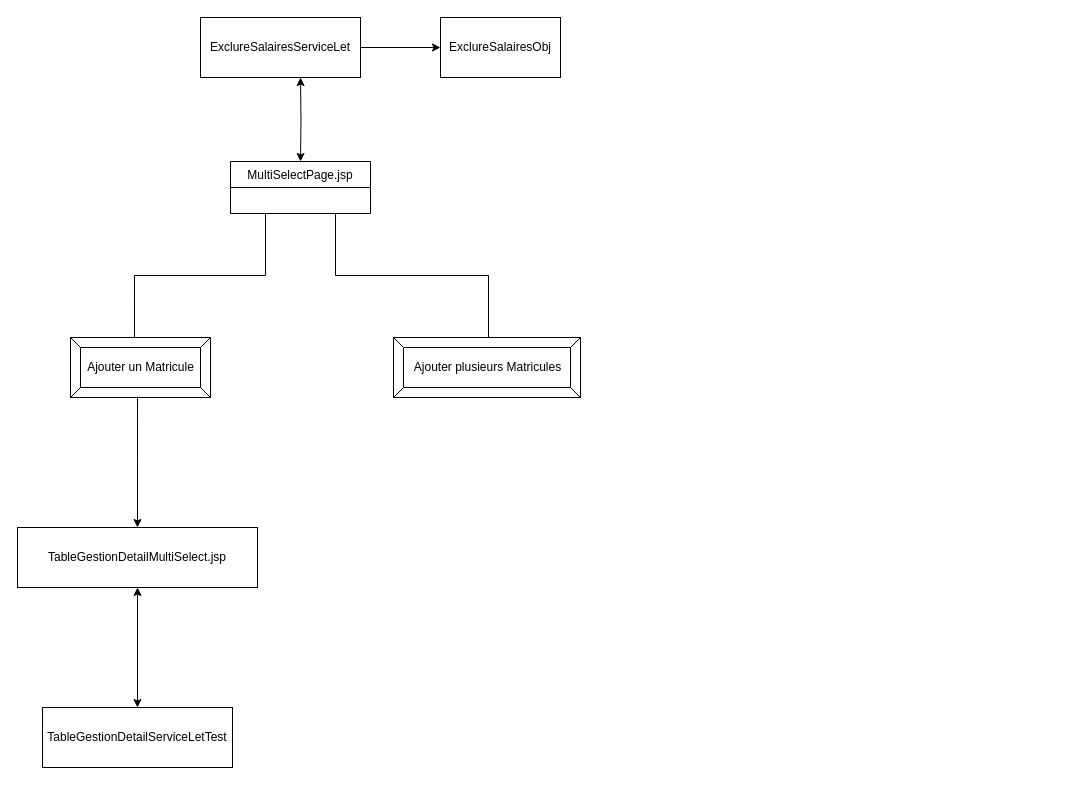
This is Untitled Diagram.drawio from edoreld/bulletin, a draw.io file, before an edit. Source tidied: cells renumbered, new cells numbered last; positions are measured from the earlier drawing's top-left corner, leaving out a move shared by most shapes. Both pictures are drawn from the tidied source at 100%, with x=0, y=0 at pixel (17, 17).
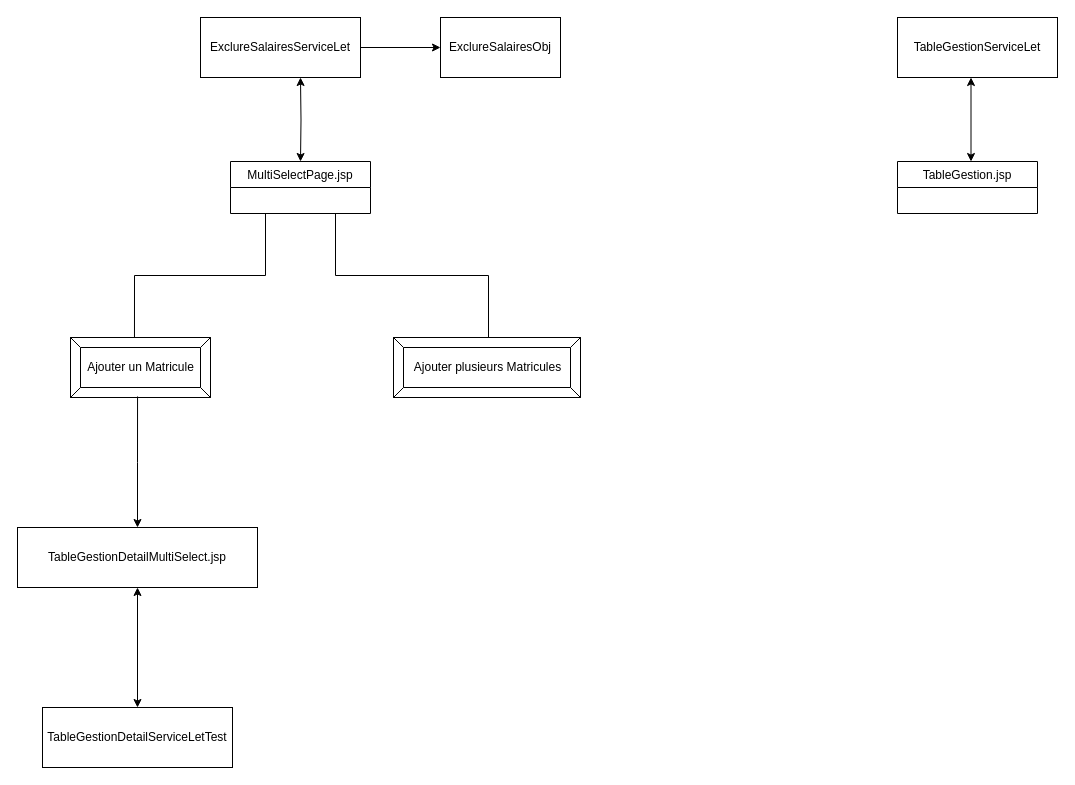
The same page after the edit.

The edit, as a diff of the source:
```diff
@@
 <mxGraphModel>
   <root>
     <mxCell id="0" />
     <mxCell id="1" parent="0" />
     <mxCell id="2" style="edgeStyle=orthogonalEdgeStyle;rounded=0;jettySize=auto;html=1;exitX=0.25;exitY=1;exitDx=0;exitDy=0;entryX=0.457;entryY=0.133;entryDx=0;entryDy=0;entryPerimeter=0;" parent="1" edge="1" source="4" target="5">
       <mxGeometry relative="1" as="geometry" />
     </mxCell>
     <mxCell id="3" style="edgeStyle=orthogonalEdgeStyle;rounded=0;jettySize=auto;html=1;exitX=0.75;exitY=1;exitDx=0;exitDy=0;entryX=0.508;entryY=0.183;entryDx=0;entryDy=0;entryPerimeter=0;" parent="1" edge="1" source="4" target="6">
       <mxGeometry relative="1" as="geometry" />
     </mxCell>
     <mxCell id="4" value="MultiSelectPage.jsp" style="swimlane;fontStyle=0;horizontal=1;startSize=26;fillColor=none;" parent="1" vertex="1">
       <mxGeometry x="213" y="144" width="140" height="52" as="geometry" />
     </mxCell>
     <mxCell id="5" value="Ajouter un Matricule" style="labelPosition=center;verticalLabelPosition=middle;align=center;html=1;shape=mxgraph.basic.button;dx=10;" parent="1" vertex="1">
       <mxGeometry x="53" y="320" width="140" height="60" as="geometry" />
     </mxCell>
     <mxCell id="6" value="Ajouter plusieurs Matricules" style="labelPosition=center;verticalLabelPosition=middle;align=center;html=1;shape=mxgraph.basic.button;dx=10;" parent="1" vertex="1">
       <mxGeometry x="376" y="320" width="187" height="60" as="geometry" />
     </mxCell>
     <mxCell id="7" style="edgeStyle=orthogonalEdgeStyle;rounded=0;jettySize=auto;html=1;exitX=0.5;exitY=0;exitDx=0;exitDy=0;entryX=0.479;entryY=0.983;entryDx=0;entryDy=0;entryPerimeter=0;endArrow=none;endFill=0;startArrow=classic;startFill=1;" parent="1" edge="1" source="9" target="5">
       <mxGeometry relative="1" as="geometry" />
     </mxCell>
     <mxCell id="8" style="edgeStyle=orthogonalEdgeStyle;rounded=0;jettySize=auto;html=1;exitX=0.5;exitY=1;exitDx=0;exitDy=0;entryX=0.5;entryY=0;entryDx=0;entryDy=0;startArrow=classic;startFill=1;endArrow=classic;endFill=1;" parent="1" edge="1" source="9" target="10">
       <mxGeometry relative="1" as="geometry" />
     </mxCell>
     <mxCell id="9" value="TableGestionDetailMultiSelect.jsp&lt;br&gt;" style="rounded=0;whiteSpace=wrap;html=1;" parent="1" vertex="1">
       <mxGeometry y="510" width="240" height="60" as="geometry" />
     </mxCell>
     <mxCell id="10" value="TableGestionDetailServiceLetTest" style="rounded=0;whiteSpace=wrap;html=1;" parent="1" vertex="1">
       <mxGeometry x="25" y="690" width="190" height="60" as="geometry" />
     </mxCell>
     <mxCell id="11" style="edgeStyle=orthogonalEdgeStyle;rounded=0;jettySize=auto;html=1;exitX=0.5;exitY=1;exitDx=0;exitDy=0;startArrow=classic;startFill=1;endArrow=classic;endFill=1;" parent="1" edge="1" target="4">
       <mxGeometry relative="1" as="geometry">
         <mxPoint x="283" y="60" as="sourcePoint" />
       </mxGeometry>
     </mxCell>
     <mxCell id="12" style="edgeStyle=orthogonalEdgeStyle;rounded=0;jettySize=auto;html=1;exitX=1;exitY=0.5;exitDx=0;exitDy=0;entryX=0;entryY=0.5;entryDx=0;entryDy=0;startArrow=none;startFill=0;endArrow=classic;endFill=1;" parent="1" edge="1" source="13" target="14">
       <mxGeometry relative="1" as="geometry" />
     </mxCell>
     <mxCell id="13" value="ExclureSalairesServiceLet" style="rounded=0;whiteSpace=wrap;html=1;" parent="1" vertex="1">
       <mxGeometry x="183" width="160" height="60" as="geometry" />
     </mxCell>
     <mxCell id="14" value="ExclureSalairesObj" style="rounded=0;whiteSpace=wrap;html=1;" parent="1" vertex="1">
       <mxGeometry x="423" width="120" height="60" as="geometry" />
     </mxCell>
+    <mxCell id="15" value="TableGestion.jsp" style="swimlane;fontStyle=0;horizontal=1;startSize=26;fillColor=none;" parent="1" vertex="1">
+      <mxGeometry x="880" y="144" width="140" height="52" as="geometry" />
+    </mxCell>
+    <mxCell id="16" value="TableGestionServiceLet" style="rounded=0;whiteSpace=wrap;html=1;" parent="1" vertex="1">
+      <mxGeometry x="880" width="160" height="60" as="geometry" />
+    </mxCell>
+    <mxCell id="17" style="edgeStyle=orthogonalEdgeStyle;rounded=0;orthogonalLoop=1;jettySize=auto;html=1;exitX=0.5;exitY=1;exitDx=0;exitDy=0;startArrow=classic;startFill=1;endArrow=classic;endFill=1;" parent="1" edge="1">
+      <mxGeometry relative="1" as="geometry">
+        <mxPoint x="953.5" y="60" as="sourcePoint" />
+        <mxPoint x="953.5" y="144" as="targetPoint" />
+      </mxGeometry>
+    </mxCell>
   </root>
 </mxGraphModel>
```
